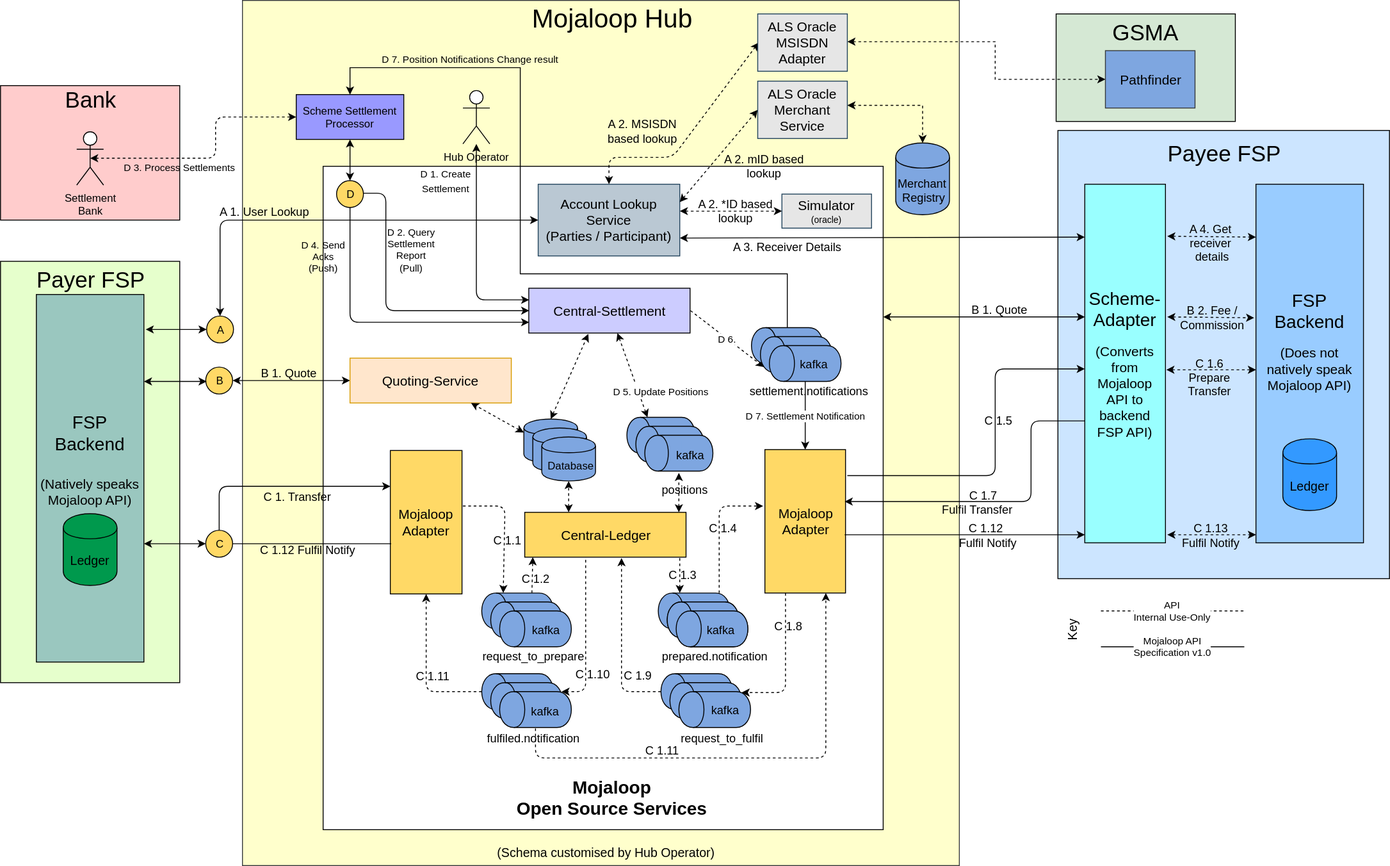
mojaloop/documentation keeps this draw.io diagram as mojaloop-technical-overview/assets/diagrams/architecture/Arch-Mojaloop-end-to-end-PI6.svg. Above is the earlier version. Source tidied: cells renumbered, new cells last; positions are measured from the earlier drawing's top-left corner, leaving out a move shared by most shapes.
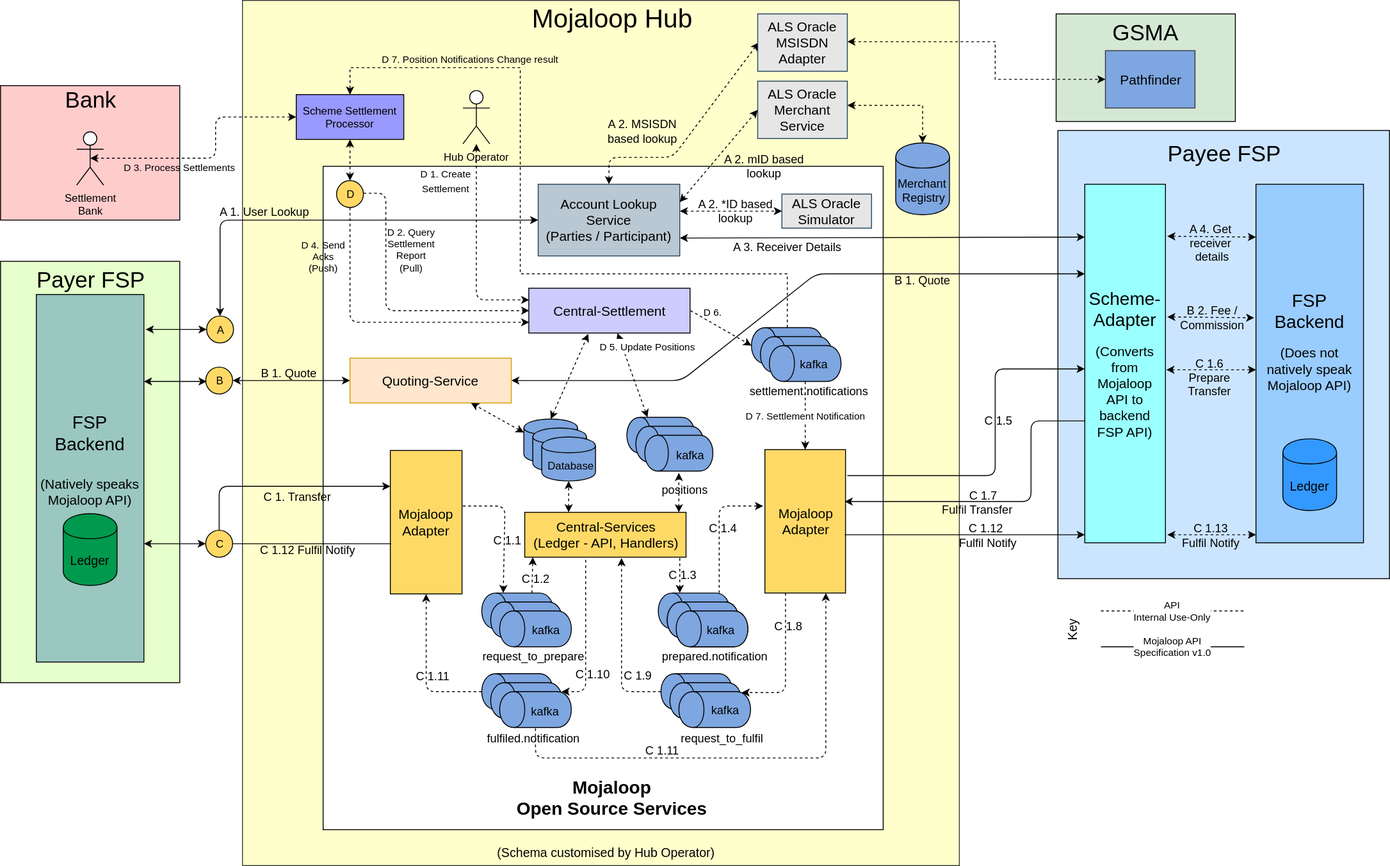
The same file after the commit.

Commit message:
Updated arch diagrams for PI6

What changed in the source:
```diff
@@ -29,7 +29,7 @@
     <mxCell id="10" style="shape=cylinder;whiteSpace=wrap;html=1;boundedLbl=1;rotation=-90;fillColor=#7EA6E0;" parent="1" vertex="1">
       <mxGeometry x="557" y="641" width="40" height="80" as="geometry" />
     </mxCell>
-    <mxCell id="11" value="Central-Ledger" style="rounded=0;whiteSpace=wrap;html=1;fillColor=#FFD966;fontSize=15;" parent="1" vertex="1">
+    <mxCell id="11" value="Central-Services&lt;br&gt;(Ledger - API, Handlers)&lt;br&gt;" style="rounded=0;whiteSpace=wrap;html=1;fillColor=#FFD966;fontSize=15;" parent="1" vertex="1">
       <mxGeometry x="585" y="571" width="180" height="50" as="geometry" />
     </mxCell>
     <mxCell id="12" value="Mojaloop&lt;br&gt;Adapter&lt;br&gt;" style="rounded=0;whiteSpace=wrap;html=1;fillColor=#FFD966;fontSize=15;" parent="1" vertex="1">
@@ -430,19 +430,21 @@
         <mxPoint x="1399" y="354" as="targetPoint" />
       </mxGeometry>
     </mxCell>
-    <mxCell id="104" style="endArrow=classic;startArrow=classic;html=1;exitX=1.002;exitY=0.103;exitPerimeter=0;verticalAlign=bottom;align=center;" parent="1" edge="1">
+    <mxCell id="104" style="endArrow=classic;startArrow=classic;html=1;exitX=1;exitY=0.5;verticalAlign=bottom;align=center;exitDx=0;exitDy=0;entryX=0;entryY=0.25;entryDx=0;entryDy=0;" parent="1" edge="1" source="142" target="48">
       <mxGeometry relative="1" as="geometry">
-        <mxPoint x="985" y="353" as="sourcePoint" />
-        <mxPoint x="1210" y="353" as="targetPoint" />
+        <Array as="points">
+          <mxPoint x="760" y="424" />
+          <mxPoint x="910" y="305" />
+        </Array>
       </mxGeometry>
     </mxCell>
     <mxCell id="105" value="B 1. Quote" style="text;html=1;align=center;verticalAlign=middle;labelBackgroundColor=none;fontSize=13;" parent="104" vertex="1">
       <mxGeometry x="-0.23" y="1" relative="1" as="geometry">
-        <mxPoint x="42" y="-8" as="offset" />
+        <mxPoint x="211.5" y="-66" as="offset" />
       </mxGeometry>
     </mxCell>
-    <mxCell id="106" value="D 6." style="edgeStyle=none;rounded=0;html=1;exitX=1;exitY=0.5;entryX=0.15;entryY=0.05;jettySize=auto;entryPerimeter=0;dashed=1;" parent="1" edge="1" source="107" target="115">
-      <mxGeometry relative="1" as="geometry" />
+    <mxCell id="106" value="D 6." style="edgeStyle=none;rounded=0;html=1;exitX=1;exitY=0.5;entryX=0.5;entryY=0;jettySize=auto;dashed=1;entryDx=0;entryDy=0;" parent="1" edge="1" source="107" target="114">
+      <mxGeometry x="-0.43" y="11" relative="1" as="geometry" />
     </mxCell>
     <mxCell id="107" value="Central-Settlement" style="rounded=0;whiteSpace=wrap;html=1;fillColor=#CCCCFF;fontSize=15;" parent="1" vertex="1">
       <mxGeometry x="589.5" y="321" width="180" height="50" as="geometry" />
@@ -451,7 +453,7 @@
       <mxGeometry relative="1" as="geometry" />
     </mxCell>
     <mxCell id="109" value="&lt;font style=&quot;font-size: 11px&quot;&gt;D 5. Update Positions&lt;/font&gt;" style="endArrow=classic;startArrow=classic;html=1;fontSize=14;exitX=1;exitY=0.3;dashed=1;exitDx=0;exitDy=0;" parent="1" edge="1" source="43" target="107">
-      <mxGeometry x="-0.54" y="-24" relative="1" as="geometry" />
+      <mxGeometry x="0.51" y="-27" relative="1" as="geometry" />
     </mxCell>
     <mxCell id="110" style="shape=cylinder;whiteSpace=wrap;html=1;boundedLbl=1;rotation=-90;fillColor=#7EA6E0;" parent="1" vertex="1">
       <mxGeometry x="764" y="651" width="40" height="80" as="geometry" />
@@ -483,7 +485,7 @@
     <mxCell id="119" value="Hub Operator" style="shape=umlActor;verticalLabelPosition=bottom;labelBackgroundColor=none;verticalAlign=top;html=1;outlineConnect=0;" parent="1" vertex="1">
       <mxGeometry x="516" y="100" width="30" height="60" as="geometry" />
     </mxCell>
-    <mxCell id="120" value="&lt;font style=&quot;font-size: 11px&quot;&gt;D 1. Create &lt;br&gt;Settlement&lt;/font&gt;" style="endArrow=classic;startArrow=classic;html=1;entryX=0;entryY=0.25;fontSize=13;labelBackgroundColor=none;spacingLeft=16;spacingTop=40;" parent="1" edge="1" source="119" target="107">
+    <mxCell id="120" value="&lt;font style=&quot;font-size: 11px&quot;&gt;D 1. Create &lt;br&gt;Settlement&lt;/font&gt;" style="endArrow=classic;startArrow=classic;html=1;entryX=0;entryY=0.25;fontSize=13;labelBackgroundColor=none;spacingLeft=16;spacingTop=40;dashed=1;" parent="1" edge="1" source="119" target="107">
       <mxGeometry x="-0.83" y="-41" relative="1" as="geometry">
         <Array as="points">
           <mxPoint x="531" y="334" />
@@ -493,10 +495,10 @@
     <mxCell id="121" value="D" style="ellipse;whiteSpace=wrap;html=1;fillColor=#FFD966;" parent="1" vertex="1">
       <mxGeometry x="375" y="201" width="30" height="30" as="geometry" />
     </mxCell>
-    <mxCell id="122" style="endArrow=classic;html=1;fontSize=14;entryX=0.5;entryY=0;startArrow=classic;startFill=1;" parent="1" edge="1" source="118" target="121">
+    <mxCell id="122" style="endArrow=classic;html=1;fontSize=14;entryX=0.5;entryY=0;startArrow=classic;startFill=1;dashed=1;" parent="1" edge="1" source="118" target="121">
       <mxGeometry relative="1" as="geometry" />
     </mxCell>
-    <mxCell id="123" value="D 2. Query &lt;br&gt;Settlement&lt;br&gt;Report&lt;br&gt;(Pull)&lt;br&gt;" style="endArrow=classic;html=1;entryX=0;entryY=0.5;labelBackgroundColor=none;entryDx=0;entryDy=0;" parent="1" edge="1" target="107">
+    <mxCell id="123" value="D 2. Query &lt;br&gt;Settlement&lt;br&gt;Report&lt;br&gt;(Pull)&lt;br&gt;" style="endArrow=classic;html=1;entryX=0;entryY=0.5;labelBackgroundColor=none;entryDx=0;entryDy=0;dashed=1;" parent="1" edge="1" target="107">
       <mxGeometry x="-0.44" y="30" relative="1" as="geometry">
         <mxPoint x="405" y="215" as="sourcePoint" />
         <Array as="points">
@@ -505,7 +507,7 @@
         </Array>
       </mxGeometry>
     </mxCell>
-    <mxCell id="124" value="D 4. Send&lt;br&gt;Acks&lt;br&gt;(Push)&lt;br&gt;" style="endArrow=classic;html=1;entryX=0;entryY=0.75;labelBackgroundColor=none;exitX=0.5;exitY=1;" parent="1" edge="1" source="121" target="107">
+    <mxCell id="124" value="D 4. Send&lt;br&gt;Acks&lt;br&gt;(Push)&lt;br&gt;" style="endArrow=classic;html=1;entryX=0;entryY=0.75;labelBackgroundColor=none;exitX=0.5;exitY=1;dashed=1;" parent="1" edge="1" source="121" target="107">
       <mxGeometry x="-0.67" y="-30" relative="1" as="geometry">
         <Array as="points">
           <mxPoint x="390" y="359" />
@@ -526,7 +528,7 @@
     <mxCell id="127" value="&lt;font style=&quot;font-size: 25px&quot;&gt;Bank&lt;/font&gt;" style="text;html=1;strokeColor=none;fillColor=none;align=center;verticalAlign=middle;whiteSpace=wrap;rounded=0;fontSize=25;" parent="1" vertex="1">
       <mxGeometry x="8" y="100" width="184" height="20" as="geometry" />
     </mxCell>
-    <mxCell id="128" value="D 7. Position Notifications Change result" style="edgeStyle=none;rounded=0;html=1;exitX=1;exitY=0.5;entryX=0.5;entryY=0;jettySize=auto;labelBackgroundColor=none;" parent="1" edge="1" source="114" target="118">
+    <mxCell id="128" value="D 7. Position Notifications Change result" style="edgeStyle=none;rounded=0;html=1;exitX=1;exitY=0.5;entryX=0.5;entryY=0;jettySize=auto;labelBackgroundColor=none;dashed=1;" parent="1" edge="1" source="114" target="118">
       <mxGeometry x="0.59" y="-10" relative="1" as="geometry">
         <Array as="points">
           <mxPoint x="878" y="305" />
@@ -536,7 +538,7 @@
         </Array>
       </mxGeometry>
     </mxCell>
-    <mxCell id="129" value="D 7. Settlement Notification" style="edgeStyle=none;rounded=0;html=1;exitX=0;exitY=0.5;entryX=0.5;entryY=0;jettySize=auto;" parent="1" edge="1" source="116" target="12">
+    <mxCell id="129" value="D 7. Settlement Notification" style="edgeStyle=none;rounded=0;html=1;exitX=0;exitY=0.5;entryX=0.5;entryY=0;jettySize=auto;dashed=1;" parent="1" edge="1" source="116" target="12">
       <mxGeometry relative="1" as="geometry" />
     </mxCell>
     <mxCell id="130" value="kafka" style="text;html=1;strokeColor=none;fillColor=#7EA6E0;align=center;verticalAlign=middle;whiteSpace=wrap;rounded=0;direction=south;fontSize=13;" parent="1" vertex="1">
@@ -595,7 +597,7 @@
     <mxCell id="143" style="endArrow=classic;startArrow=classic;html=1;fontSize=14;dashed=1;entryX=0.75;entryY=1;entryDx=0;entryDy=0;exitX=0;exitY=0.3;exitDx=0;exitDy=0;" parent="1" edge="1" source="42" target="142">
       <mxGeometry relative="1" as="geometry" />
     </mxCell>
-    <mxCell id="144" value="&lt;span&gt;&lt;font&gt;&lt;span style=&quot;font-size: 15px&quot;&gt;Simulator&lt;/span&gt;&lt;br&gt;&lt;font style=&quot;font-size: 10px&quot;&gt;(oracle)&lt;/font&gt;&lt;br&gt;&lt;/font&gt;&lt;/span&gt;" style="rounded=0;whiteSpace=wrap;html=1;fillColor=#E6E6E6;strokeColor=#23445d;" parent="1" vertex="1">
+    <mxCell id="144" value="&lt;span&gt;&lt;font&gt;&lt;span style=&quot;font-size: 15px&quot;&gt;ALS Oracle Simulator&lt;/span&gt;&lt;br&gt;&lt;/font&gt;&lt;/span&gt;" style="rounded=0;whiteSpace=wrap;html=1;fillColor=#E6E6E6;strokeColor=#23445d;" parent="1" vertex="1">
       <mxGeometry x="872" y="216" width="100" height="38" as="geometry" />
     </mxCell>
     <mxCell id="145" style="endArrow=classic;startArrow=classic;html=1;exitX=1;exitY=0.375;dashed=1;exitDx=0;exitDy=0;entryX=0;entryY=0.5;entryDx=0;entryDy=0;exitPerimeter=0;" parent="1" edge="1" source="46" target="144">
```
